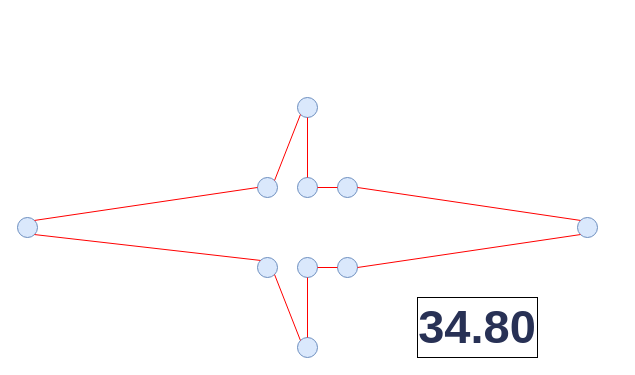
Above: 2-2.drawio in YinhuaChen-cloud/Advanced_Algorithm_hw (draw.io), before the change. Source tidied: cells renumbered, new cells numbered last; positions are measured from the earlier drawing's top-left corner, leaving out a move shared by most shapes. Both pictures are drawn from the tidied source at 100%, with x=0, y=0 at pixel (17, 97).
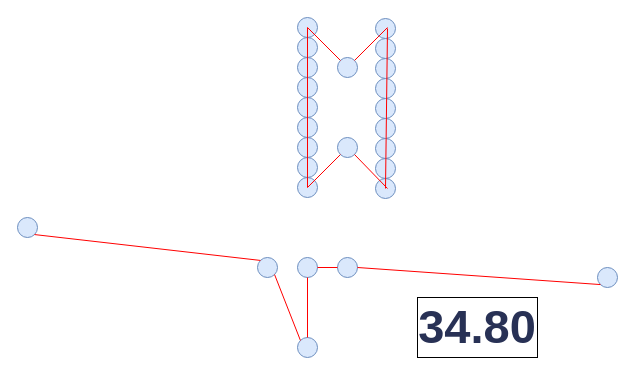
After the change.

The change refers to these unchanged cells:
```xml
<mxCell id="3" style="ellipse;whiteSpace=wrap;html=1;fillColor=#dae8fc;strokeColor=#6c8ebf;" parent="1" vertex="1">
  <mxGeometry y="120" width="20" height="20" as="geometry" />
</mxCell>
```

What changed in the source:
```diff
@@
-    <mxCell id="4" style="ellipse;whiteSpace=wrap;html=1;fillColor=#dae8fc;strokeColor=#6c8ebf;" parent="1" vertex="1">
-      <mxGeometry x="240" y="80" width="20" height="20" as="geometry" />
-    </mxCell>
     <mxCell id="5" style="ellipse;whiteSpace=wrap;html=1;fillColor=#dae8fc;strokeColor=#6c8ebf;" parent="1" vertex="1">
-      <mxGeometry x="280" y="80" width="20" height="20" as="geometry" />
+      <mxGeometry x="280" y="-20" width="20" height="20" as="geometry" />
     </mxCell>
     <mxCell id="6" style="ellipse;whiteSpace=wrap;html=1;fillColor=#dae8fc;strokeColor=#6c8ebf;" parent="1" vertex="1">
-      <mxGeometry x="320" y="80" width="20" height="20" as="geometry" />
+      <mxGeometry x="280" width="20" height="20" as="geometry" />
     </mxCell>
     <mxCell id="7" style="ellipse;whiteSpace=wrap;html=1;fillColor=#dae8fc;strokeColor=#6c8ebf;" parent="1" vertex="1">
-      <mxGeometry x="560" y="120" width="20" height="20" as="geometry" />
+      <mxGeometry x="580" y="170" width="20" height="20" as="geometry" />
     </mxCell>
@@
     <mxCell id="11" style="ellipse;whiteSpace=wrap;html=1;fillColor=#dae8fc;strokeColor=#6c8ebf;" parent="1" vertex="1">
-      <mxGeometry x="280" width="20" height="20" as="geometry" />
+      <mxGeometry x="280" y="-40" width="20" height="20" as="geometry" />
     </mxCell>
-    <mxCell id="12" style="endArrow=none;html=1;rounded=0;entryX=0.5;entryY=1;entryDx=0;entryDy=0;exitX=0.5;exitY=0;exitDx=0;exitDy=0;strokeColor=#FF0000;" parent="1" edge="1" source="5" target="11">
-      <mxGeometry relative="1" as="geometry" />
-    </mxCell>
-    <mxCell id="13" style="endArrow=none;html=1;rounded=0;entryX=0;entryY=1;entryDx=0;entryDy=0;exitX=1;exitY=0;exitDx=0;exitDy=0;strokeColor=#FF0000;" parent="1" edge="1" source="4" target="11">
-      <mxGeometry relative="1" as="geometry" />
-    </mxCell>
-    <mxCell id="14" style="endArrow=none;html=1;rounded=0;entryX=0;entryY=0.5;entryDx=0;entryDy=0;exitX=1;exitY=0;exitDx=0;exitDy=0;strokeColor=#FF0000;" parent="1" edge="1" source="3" target="4">
-      <mxGeometry relative="1" as="geometry" />
-    </mxCell>
@@
-    <mxCell id="16" style="endArrow=none;html=1;rounded=0;entryX=0;entryY=0;entryDx=0;entryDy=0;exitX=1;exitY=0.5;exitDx=0;exitDy=0;strokeColor=#FF0000;" parent="1" edge="1" source="6" target="7">
-      <mxGeometry relative="1" as="geometry" />
-    </mxCell>
-    <mxCell id="17" style="endArrow=none;html=1;rounded=0;entryX=1;entryY=0.5;entryDx=0;entryDy=0;exitX=0;exitY=0.5;exitDx=0;exitDy=0;strokeColor=#FF0000;" parent="1" edge="1" source="6" target="5">
-      <mxGeometry relative="1" as="geometry" />
-    </mxCell>
@@
+    <mxCell id="23" style="ellipse;whiteSpace=wrap;html=1;fillColor=#dae8fc;strokeColor=#6c8ebf;" parent="1" vertex="1">
+      <mxGeometry x="280" y="20" width="20" height="20" as="geometry" />
+    </mxCell>
+    <mxCell id="24" style="ellipse;whiteSpace=wrap;html=1;fillColor=#dae8fc;strokeColor=#6c8ebf;" parent="1" vertex="1">
+      <mxGeometry x="280" y="40" width="20" height="20" as="geometry" />
+    </mxCell>
+    <mxCell id="25" style="ellipse;whiteSpace=wrap;html=1;fillColor=#dae8fc;strokeColor=#6c8ebf;" parent="1" vertex="1">
+      <mxGeometry x="280" y="-60" width="20" height="20" as="geometry" />
+    </mxCell>
+    <mxCell id="26" style="ellipse;whiteSpace=wrap;html=1;fillColor=#dae8fc;strokeColor=#6c8ebf;" parent="1" vertex="1">
+      <mxGeometry x="280" y="-80" width="20" height="20" as="geometry" />
+    </mxCell>
+    <mxCell id="27" style="ellipse;whiteSpace=wrap;html=1;fillColor=#dae8fc;strokeColor=#6c8ebf;" parent="1" vertex="1">
+      <mxGeometry x="320" y="-40" width="20" height="20" as="geometry" />
+    </mxCell>
+    <mxCell id="28" style="ellipse;whiteSpace=wrap;html=1;fillColor=#dae8fc;strokeColor=#6c8ebf;" parent="1" vertex="1">
+      <mxGeometry x="320" y="40" width="20" height="20" as="geometry" />
+    </mxCell>
+    <mxCell id="29" style="ellipse;whiteSpace=wrap;html=1;fillColor=#dae8fc;strokeColor=#6c8ebf;" parent="1" vertex="1">
+      <mxGeometry x="280" y="60" width="20" height="20" as="geometry" />
+    </mxCell>
+    <mxCell id="30" style="ellipse;whiteSpace=wrap;html=1;fillColor=#dae8fc;strokeColor=#6c8ebf;" parent="1" vertex="1">
+      <mxGeometry x="280" y="80" width="20" height="20" as="geometry" />
+    </mxCell>
+    <mxCell id="31" style="ellipse;whiteSpace=wrap;html=1;fillColor=#dae8fc;strokeColor=#6c8ebf;" parent="1" vertex="1">
+      <mxGeometry x="358" y="-19" width="20" height="20" as="geometry" />
+    </mxCell>
+    <mxCell id="32" style="ellipse;whiteSpace=wrap;html=1;fillColor=#dae8fc;strokeColor=#6c8ebf;" parent="1" vertex="1">
+      <mxGeometry x="358" y="1" width="20" height="20" as="geometry" />
+    </mxCell>
+    <mxCell id="33" style="ellipse;whiteSpace=wrap;html=1;fillColor=#dae8fc;strokeColor=#6c8ebf;" parent="1" vertex="1">
+      <mxGeometry x="358" y="-39" width="20" height="20" as="geometry" />
+    </mxCell>
+    <mxCell id="34" style="ellipse;whiteSpace=wrap;html=1;fillColor=#dae8fc;strokeColor=#6c8ebf;" parent="1" vertex="1">
+      <mxGeometry x="358" y="21" width="20" height="20" as="geometry" />
+    </mxCell>
+    <mxCell id="35" style="ellipse;whiteSpace=wrap;html=1;fillColor=#dae8fc;strokeColor=#6c8ebf;" parent="1" vertex="1">
+      <mxGeometry x="358" y="41" width="20" height="20" as="geometry" />
+    </mxCell>
+    <mxCell id="36" style="ellipse;whiteSpace=wrap;html=1;fillColor=#dae8fc;strokeColor=#6c8ebf;" parent="1" vertex="1">
+      <mxGeometry x="358" y="-59" width="20" height="20" as="geometry" />
+    </mxCell>
+    <mxCell id="37" style="ellipse;whiteSpace=wrap;html=1;fillColor=#dae8fc;strokeColor=#6c8ebf;" parent="1" vertex="1">
+      <mxGeometry x="358" y="-79" width="20" height="20" as="geometry" />
+    </mxCell>
+    <mxCell id="38" style="ellipse;whiteSpace=wrap;html=1;fillColor=#dae8fc;strokeColor=#6c8ebf;" parent="1" vertex="1">
+      <mxGeometry x="358" y="61" width="20" height="20" as="geometry" />
+    </mxCell>
+    <mxCell id="39" style="ellipse;whiteSpace=wrap;html=1;fillColor=#dae8fc;strokeColor=#6c8ebf;" parent="1" vertex="1">
+      <mxGeometry x="358" y="81" width="20" height="20" as="geometry" />
+    </mxCell>
+    <mxCell id="40" style="endArrow=none;html=1;rounded=0;strokeColor=#FF0000;" parent="1" edge="1">
+      <mxGeometry relative="1" as="geometry">
+        <mxPoint x="290" y="90" as="sourcePoint" />
+        <mxPoint x="290" y="-70" as="targetPoint" />
+      </mxGeometry>
+    </mxCell>
+    <mxCell id="41" style="endArrow=none;html=1;rounded=0;strokeColor=#FF0000;" parent="1" edge="1">
+      <mxGeometry relative="1" as="geometry">
+        <mxPoint x="368" y="91" as="sourcePoint" />
+        <mxPoint x="370" y="-69" as="targetPoint" />
+      </mxGeometry>
+    </mxCell>
+    <mxCell id="42" style="endArrow=none;html=1;rounded=0;strokeColor=#FF0000;exitX=0;exitY=0;exitDx=0;exitDy=0;" parent="1" edge="1" source="27">
+      <mxGeometry relative="1" as="geometry">
+        <mxPoint x="290" y="-70" as="targetPoint" />
+      </mxGeometry>
+    </mxCell>
+    <mxCell id="43" style="endArrow=none;html=1;rounded=0;strokeColor=#FF0000;entryX=0;entryY=1;entryDx=0;entryDy=0;" parent="1" edge="1" target="28">
+      <mxGeometry relative="1" as="geometry">
+        <mxPoint x="290" y="90" as="sourcePoint" />
+      </mxGeometry>
+    </mxCell>
+    <mxCell id="44" style="endArrow=none;html=1;rounded=0;strokeColor=#FF0000;exitX=1;exitY=1;exitDx=0;exitDy=0;" parent="1" edge="1" source="28">
+      <mxGeometry relative="1" as="geometry">
+        <mxPoint x="370" y="91" as="targetPoint" />
+      </mxGeometry>
+    </mxCell>
+    <mxCell id="45" style="endArrow=none;html=1;rounded=0;strokeColor=#FF0000;exitX=1;exitY=0;exitDx=0;exitDy=0;" parent="1" edge="1" source="27">
+      <mxGeometry relative="1" as="geometry">
+        <mxPoint x="370" y="-70" as="targetPoint" />
+      </mxGeometry>
+    </mxCell>
```
